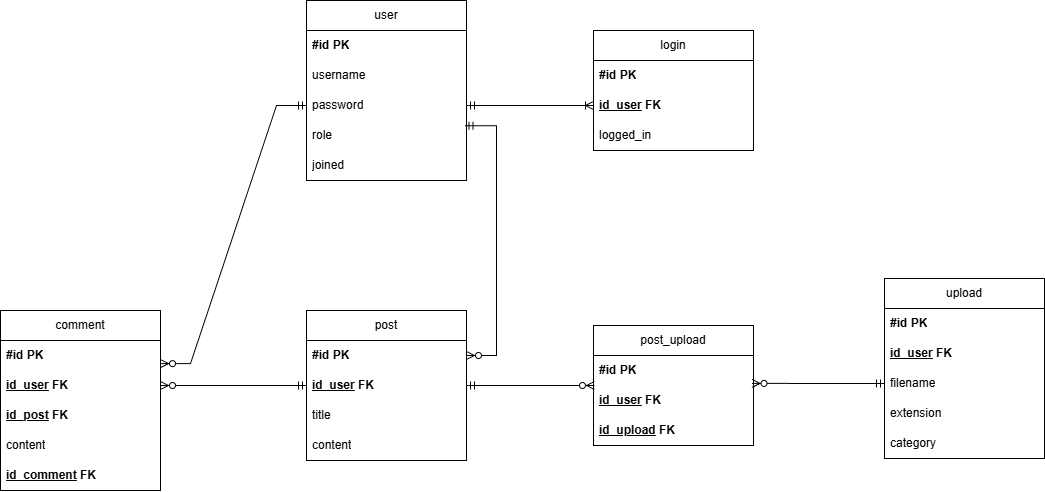
Earlier version of the draw.io export app/backend/db/ER_Diagram.png (BasilGolightly/RPO-App-TopSkupina). Source tidied: cells renumbered, new cells last; positions are measured from the earlier drawing's top-left corner, leaving out a move shared by most shapes. Source of this version:
```xml
<mxGraphModel>
  <root>
    <mxCell id="0" />
    <mxCell id="1" parent="0" />
    <mxCell id="2" value="user" style="swimlane;fontStyle=0;horizontal=1;startSize=30;whiteSpace=wrap;html=1;" parent="1" vertex="1">
      <mxGeometry x="306" width="160" height="180" as="geometry" />
    </mxCell>
    <mxCell id="3" value="&lt;b&gt;#id PK&lt;/b&gt;" style="text;strokeColor=none;fillColor=none;align=left;verticalAlign=middle;spacingLeft=4;spacingRight=4;overflow=hidden;whiteSpace=wrap;html=1;" parent="2" vertex="1">
      <mxGeometry y="30" width="160" height="30" as="geometry" />
    </mxCell>
    <mxCell id="4" value="username&amp;nbsp;" style="text;strokeColor=none;fillColor=none;align=left;verticalAlign=middle;spacingLeft=4;spacingRight=4;overflow=hidden;points=[[0,0.5],[1,0.5]];portConstraint=eastwest;whiteSpace=wrap;html=1;" parent="2" vertex="1">
      <mxGeometry y="60" width="160" height="30" as="geometry" />
    </mxCell>
    <mxCell id="5" value="&lt;div&gt;password&lt;/div&gt;" style="text;strokeColor=none;fillColor=none;align=left;verticalAlign=middle;spacingLeft=4;spacingRight=4;overflow=hidden;points=[[0,0.5],[1,0.5]];portConstraint=eastwest;whiteSpace=wrap;html=1;" parent="2" vertex="1">
      <mxGeometry y="90" width="160" height="30" as="geometry" />
    </mxCell>
    <mxCell id="6" value="role" style="text;strokeColor=none;fillColor=none;align=left;verticalAlign=middle;spacingLeft=4;spacingRight=4;overflow=hidden;points=[[0,0.5],[1,0.5]];portConstraint=eastwest;whiteSpace=wrap;html=1;" parent="2" vertex="1">
      <mxGeometry y="120" width="160" height="30" as="geometry" />
    </mxCell>
    <mxCell id="7" value="joined" style="text;strokeColor=none;fillColor=none;align=left;verticalAlign=middle;spacingLeft=4;spacingRight=4;overflow=hidden;whiteSpace=wrap;html=1;" parent="2" vertex="1">
      <mxGeometry y="150" width="160" height="30" as="geometry" />
    </mxCell>
    <mxCell id="8" value="login" style="swimlane;fontStyle=0;horizontal=1;startSize=30;whiteSpace=wrap;html=1;" parent="1" vertex="1">
      <mxGeometry x="593" y="30" width="160" height="120" as="geometry" />
    </mxCell>
    <mxCell id="9" value="&lt;b&gt;#id PK&lt;/b&gt;" style="text;strokeColor=none;fillColor=none;align=left;verticalAlign=middle;spacingLeft=4;spacingRight=4;overflow=hidden;whiteSpace=wrap;html=1;" parent="8" vertex="1">
      <mxGeometry y="30" width="160" height="30" as="geometry" />
    </mxCell>
    <mxCell id="10" value="&lt;b style=&quot;&quot;&gt;&lt;u&gt;id_user&lt;/u&gt;&amp;nbsp;FK&lt;/b&gt;" style="text;strokeColor=none;fillColor=none;align=left;verticalAlign=middle;spacingLeft=4;spacingRight=4;overflow=hidden;points=[[0,0.5],[1,0.5]];portConstraint=eastwest;whiteSpace=wrap;html=1;" parent="8" vertex="1">
      <mxGeometry y="60" width="160" height="30" as="geometry" />
    </mxCell>
    <mxCell id="11" value="&lt;div&gt;logged_in&lt;/div&gt;" style="text;strokeColor=none;fillColor=none;align=left;verticalAlign=middle;spacingLeft=4;spacingRight=4;overflow=hidden;whiteSpace=wrap;html=1;" parent="8" vertex="1">
      <mxGeometry y="90" width="160" height="30" as="geometry" />
    </mxCell>
    <mxCell id="12" style="edgeStyle=entityRelationEdgeStyle;fontSize=12;html=1;endArrow=ERoneToMany;startArrow=ERmandOne;rounded=0;exitX=1;exitY=0.5;exitDx=0;exitDy=0;entryX=0;entryY=0.5;entryDx=0;entryDy=0;" parent="1" edge="1" source="5" target="10">
      <mxGeometry relative="1" as="geometry">
        <Array as="points">
          <mxPoint x="677" y="440" />
        </Array>
      </mxGeometry>
    </mxCell>
    <mxCell id="13" value="upload" style="swimlane;fontStyle=0;horizontal=1;startSize=30;whiteSpace=wrap;html=1;" parent="1" vertex="1">
      <mxGeometry x="884" y="278" width="160" height="180" as="geometry" />
    </mxCell>
    <mxCell id="14" value="&lt;b&gt;#id PK&lt;/b&gt;" style="text;strokeColor=none;fillColor=none;align=left;verticalAlign=middle;spacingLeft=4;spacingRight=4;overflow=hidden;whiteSpace=wrap;html=1;" parent="13" vertex="1">
      <mxGeometry y="30" width="160" height="30" as="geometry" />
    </mxCell>
    <mxCell id="15" value="&lt;b&gt;&lt;u&gt;id_user&lt;/u&gt; FK&lt;/b&gt;" style="text;strokeColor=none;fillColor=none;align=left;verticalAlign=middle;spacingLeft=4;spacingRight=4;overflow=hidden;points=[[0,0.5],[1,0.5]];portConstraint=eastwest;whiteSpace=wrap;html=1;" parent="13" vertex="1">
      <mxGeometry y="60" width="160" height="30" as="geometry" />
    </mxCell>
    <mxCell id="16" value="&lt;div&gt;filename&lt;/div&gt;" style="text;strokeColor=none;fillColor=none;align=left;verticalAlign=middle;spacingLeft=4;spacingRight=4;overflow=hidden;points=[[0,0.5],[1,0.5]];portConstraint=eastwest;whiteSpace=wrap;html=1;" parent="13" vertex="1">
      <mxGeometry y="90" width="160" height="30" as="geometry" />
    </mxCell>
    <mxCell id="17" value="extension" style="text;strokeColor=none;fillColor=none;align=left;verticalAlign=middle;spacingLeft=4;spacingRight=4;overflow=hidden;whiteSpace=wrap;html=1;" parent="13" vertex="1">
      <mxGeometry y="120" width="160" height="30" as="geometry" />
    </mxCell>
    <mxCell id="18" value="category" style="text;strokeColor=none;fillColor=none;align=left;verticalAlign=middle;spacingLeft=4;spacingRight=4;overflow=hidden;whiteSpace=wrap;html=1;" parent="13" vertex="1">
      <mxGeometry y="150" width="160" height="30" as="geometry" />
    </mxCell>
    <mxCell id="19" value="post" style="swimlane;fontStyle=0;horizontal=1;startSize=30;whiteSpace=wrap;html=1;" parent="1" vertex="1">
      <mxGeometry x="306" y="310" width="160" height="150" as="geometry" />
    </mxCell>
    <mxCell id="20" value="&lt;b&gt;#id PK&lt;/b&gt;" style="text;strokeColor=none;fillColor=none;align=left;verticalAlign=middle;spacingLeft=4;spacingRight=4;overflow=hidden;points=[[0,0.5],[1,0.5]];portConstraint=eastwest;whiteSpace=wrap;html=1;" parent="19" vertex="1">
      <mxGeometry y="30" width="160" height="30" as="geometry" />
    </mxCell>
    <mxCell id="21" value="&lt;b&gt;&lt;u&gt;id_user&lt;/u&gt; FK&lt;/b&gt;" style="text;strokeColor=none;fillColor=none;align=left;verticalAlign=middle;spacingLeft=4;spacingRight=4;overflow=hidden;points=[[0,0.5],[1,0.5]];portConstraint=eastwest;whiteSpace=wrap;html=1;" parent="19" vertex="1">
      <mxGeometry y="60" width="160" height="30" as="geometry" />
    </mxCell>
    <mxCell id="22" value="&lt;div&gt;title&lt;/div&gt;" style="text;strokeColor=none;fillColor=none;align=left;verticalAlign=middle;spacingLeft=4;spacingRight=4;overflow=hidden;whiteSpace=wrap;html=1;" parent="19" vertex="1">
      <mxGeometry y="90" width="160" height="30" as="geometry" />
    </mxCell>
    <mxCell id="23" value="content" style="text;strokeColor=none;fillColor=none;align=left;verticalAlign=middle;spacingLeft=4;spacingRight=4;overflow=hidden;whiteSpace=wrap;html=1;" parent="19" vertex="1">
      <mxGeometry y="120" width="160" height="30" as="geometry" />
    </mxCell>
    <mxCell id="24" style="edgeStyle=entityRelationEdgeStyle;fontSize=12;html=1;endArrow=ERzeroToMany;startArrow=ERmandOne;rounded=0;exitX=0.991;exitY=0.176;exitDx=0;exitDy=0;exitPerimeter=0;" parent="1" edge="1" source="6" target="20">
      <mxGeometry relative="1" as="geometry" />
    </mxCell>
    <mxCell id="25" value="post_upload" style="swimlane;fontStyle=0;horizontal=1;startSize=30;whiteSpace=wrap;html=1;" parent="1" vertex="1">
      <mxGeometry x="593" y="325" width="160" height="120" as="geometry" />
    </mxCell>
    <mxCell id="26" value="&lt;b&gt;#id PK&lt;/b&gt;" style="text;strokeColor=none;fillColor=none;align=left;verticalAlign=middle;spacingLeft=4;spacingRight=4;overflow=hidden;whiteSpace=wrap;html=1;" parent="25" vertex="1">
      <mxGeometry y="30" width="160" height="30" as="geometry" />
    </mxCell>
    <mxCell id="27" value="&lt;b&gt;&lt;u&gt;id_user&lt;/u&gt; FK&lt;/b&gt;" style="text;strokeColor=none;fillColor=none;align=left;verticalAlign=middle;spacingLeft=4;spacingRight=4;overflow=hidden;points=[[0,0.5],[1,0.5]];portConstraint=eastwest;whiteSpace=wrap;html=1;" parent="25" vertex="1">
      <mxGeometry y="60" width="160" height="30" as="geometry" />
    </mxCell>
    <mxCell id="28" value="&lt;div&gt;&lt;b&gt;&lt;u&gt;id_upload&lt;/u&gt; FK&lt;/b&gt;&lt;/div&gt;" style="text;strokeColor=none;fillColor=none;align=left;verticalAlign=middle;spacingLeft=4;spacingRight=4;overflow=hidden;whiteSpace=wrap;html=1;" parent="25" vertex="1">
      <mxGeometry y="90" width="160" height="30" as="geometry" />
    </mxCell>
    <mxCell id="29" style="edgeStyle=entityRelationEdgeStyle;fontSize=12;html=1;endArrow=ERzeroToMany;startArrow=ERmandOne;rounded=0;exitX=1;exitY=0.5;exitDx=0;exitDy=0;entryX=0.006;entryY=0;entryDx=0;entryDy=0;entryPerimeter=0;" parent="1" edge="1" source="21" target="27">
      <mxGeometry relative="1" as="geometry" />
    </mxCell>
    <mxCell id="30" style="edgeStyle=entityRelationEdgeStyle;fontSize=12;html=1;endArrow=ERzeroToMany;startArrow=ERmandOne;rounded=0;exitX=0;exitY=0.5;exitDx=0;exitDy=0;entryX=0.991;entryY=-0.069;entryDx=0;entryDy=0;entryPerimeter=0;" parent="1" edge="1" source="16" target="27">
      <mxGeometry relative="1" as="geometry" />
    </mxCell>
    <mxCell id="31" value="comment" style="swimlane;fontStyle=0;horizontal=1;startSize=30;whiteSpace=wrap;html=1;" parent="1" vertex="1">
      <mxGeometry y="310" width="160" height="180" as="geometry" />
    </mxCell>
    <mxCell id="32" value="&lt;b&gt;#id PK&lt;/b&gt;" style="text;strokeColor=none;fillColor=none;align=left;verticalAlign=middle;spacingLeft=4;spacingRight=4;overflow=hidden;points=[[0,0.5],[1,0.5]];portConstraint=eastwest;whiteSpace=wrap;html=1;" parent="31" vertex="1">
      <mxGeometry y="30" width="160" height="30" as="geometry" />
    </mxCell>
    <mxCell id="33" value="&lt;b&gt;&lt;u&gt;id_user&lt;/u&gt; FK&lt;/b&gt;" style="text;strokeColor=none;fillColor=none;align=left;verticalAlign=middle;spacingLeft=4;spacingRight=4;overflow=hidden;points=[[0,0.5],[1,0.5]];portConstraint=eastwest;whiteSpace=wrap;html=1;" parent="31" vertex="1">
      <mxGeometry y="60" width="160" height="30" as="geometry" />
    </mxCell>
    <mxCell id="34" value="&lt;b&gt;&lt;u&gt;id_post&lt;/u&gt;&amp;nbsp;FK&lt;/b&gt;" style="text;strokeColor=none;fillColor=none;align=left;verticalAlign=middle;spacingLeft=4;spacingRight=4;overflow=hidden;whiteSpace=wrap;html=1;" parent="31" vertex="1">
      <mxGeometry y="90" width="160" height="30" as="geometry" />
    </mxCell>
    <mxCell id="35" value="&lt;div&gt;content&lt;/div&gt;" style="text;strokeColor=none;fillColor=none;align=left;verticalAlign=middle;spacingLeft=4;spacingRight=4;overflow=hidden;whiteSpace=wrap;html=1;" parent="31" vertex="1">
      <mxGeometry y="120" width="160" height="30" as="geometry" />
    </mxCell>
    <mxCell id="36" value="&lt;b&gt;&lt;u&gt;id_comment&lt;/u&gt; FK&lt;/b&gt;" style="text;strokeColor=none;fillColor=none;align=left;verticalAlign=middle;spacingLeft=4;spacingRight=4;overflow=hidden;whiteSpace=wrap;html=1;" parent="31" vertex="1">
      <mxGeometry y="150" width="160" height="30" as="geometry" />
    </mxCell>
    <mxCell id="37" style="edgeStyle=entityRelationEdgeStyle;fontSize=12;html=1;endArrow=ERzeroToMany;startArrow=ERmandOne;rounded=0;exitX=0;exitY=0.5;exitDx=0;exitDy=0;entryX=1;entryY=0.5;entryDx=0;entryDy=0;" parent="1" edge="1" source="21" target="33">
      <mxGeometry relative="1" as="geometry" />
    </mxCell>
    <mxCell id="38" style="edgeStyle=entityRelationEdgeStyle;fontSize=12;html=1;endArrow=ERzeroToMany;startArrow=ERmandOne;rounded=0;exitX=0;exitY=0.5;exitDx=0;exitDy=0;entryX=1;entryY=0.771;entryDx=0;entryDy=0;entryPerimeter=0;" parent="1" edge="1" source="5" target="32">
      <mxGeometry relative="1" as="geometry" />
    </mxCell>
  </root>
</mxGraphModel>
```
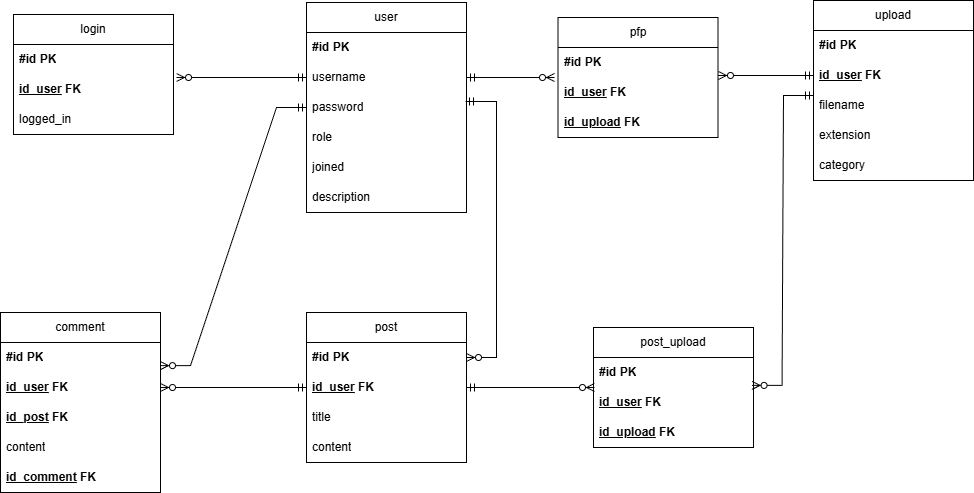
After the change.

Commit message:
SQL: nova pfp relacija, description v users tabeli

What changed in the source:
```diff
@@ -3,7 +3,7 @@
     <mxCell id="0" />
     <mxCell id="1" parent="0" />
     <mxCell id="2" value="user" style="swimlane;fontStyle=0;horizontal=1;startSize=30;whiteSpace=wrap;html=1;" parent="1" vertex="1">
-      <mxGeometry x="306" width="160" height="180" as="geometry" />
+      <mxGeometry x="306" width="160" height="210" as="geometry" />
     </mxCell>
     <mxCell id="3" value="&lt;b&gt;#id PK&lt;/b&gt;" style="text;strokeColor=none;fillColor=none;align=left;verticalAlign=middle;spacingLeft=4;spacingRight=4;overflow=hidden;whiteSpace=wrap;html=1;" parent="2" vertex="1">
       <mxGeometry y="30" width="160" height="30" as="geometry" />
@@ -20,8 +20,11 @@
     <mxCell id="7" value="joined" style="text;strokeColor=none;fillColor=none;align=left;verticalAlign=middle;spacingLeft=4;spacingRight=4;overflow=hidden;whiteSpace=wrap;html=1;" parent="2" vertex="1">
       <mxGeometry y="150" width="160" height="30" as="geometry" />
     </mxCell>
+    <mxCell id="39" value="description" style="text;strokeColor=none;fillColor=none;align=left;verticalAlign=middle;spacingLeft=4;spacingRight=4;overflow=hidden;whiteSpace=wrap;html=1;" parent="2" vertex="1">
+      <mxGeometry y="180" width="160" height="30" as="geometry" />
+    </mxCell>
     <mxCell id="8" value="login" style="swimlane;fontStyle=0;horizontal=1;startSize=30;whiteSpace=wrap;html=1;" parent="1" vertex="1">
-      <mxGeometry x="593" y="30" width="160" height="120" as="geometry" />
+      <mxGeometry x="13" y="12" width="160" height="120" as="geometry" />
     </mxCell>
     <mxCell id="9" value="&lt;b&gt;#id PK&lt;/b&gt;" style="text;strokeColor=none;fillColor=none;align=left;verticalAlign=middle;spacingLeft=4;spacingRight=4;overflow=hidden;whiteSpace=wrap;html=1;" parent="8" vertex="1">
       <mxGeometry y="30" width="160" height="30" as="geometry" />
@@ -32,15 +35,8 @@
     <mxCell id="11" value="&lt;div&gt;logged_in&lt;/div&gt;" style="text;strokeColor=none;fillColor=none;align=left;verticalAlign=middle;spacingLeft=4;spacingRight=4;overflow=hidden;whiteSpace=wrap;html=1;" parent="8" vertex="1">
       <mxGeometry y="90" width="160" height="30" as="geometry" />
     </mxCell>
-    <mxCell id="12" style="edgeStyle=entityRelationEdgeStyle;fontSize=12;html=1;endArrow=ERoneToMany;startArrow=ERmandOne;rounded=0;exitX=1;exitY=0.5;exitDx=0;exitDy=0;entryX=0;entryY=0.5;entryDx=0;entryDy=0;" parent="1" edge="1" source="5" target="10">
-      <mxGeometry relative="1" as="geometry">
-        <Array as="points">
-          <mxPoint x="677" y="440" />
-        </Array>
-      </mxGeometry>
-    </mxCell>
     <mxCell id="13" value="upload" style="swimlane;fontStyle=0;horizontal=1;startSize=30;whiteSpace=wrap;html=1;" parent="1" vertex="1">
-      <mxGeometry x="884" y="278" width="160" height="180" as="geometry" />
+      <mxGeometry x="813" y="-2" width="160" height="180" as="geometry" />
     </mxCell>
     <mxCell id="14" value="&lt;b&gt;#id PK&lt;/b&gt;" style="text;strokeColor=none;fillColor=none;align=left;verticalAlign=middle;spacingLeft=4;spacingRight=4;overflow=hidden;whiteSpace=wrap;html=1;" parent="13" vertex="1">
       <mxGeometry y="30" width="160" height="30" as="geometry" />
@@ -72,7 +68,7 @@
     <mxCell id="23" value="content" style="text;strokeColor=none;fillColor=none;align=left;verticalAlign=middle;spacingLeft=4;spacingRight=4;overflow=hidden;whiteSpace=wrap;html=1;" parent="19" vertex="1">
       <mxGeometry y="120" width="160" height="30" as="geometry" />
     </mxCell>
-    <mxCell id="24" style="edgeStyle=entityRelationEdgeStyle;fontSize=12;html=1;endArrow=ERzeroToMany;startArrow=ERmandOne;rounded=0;exitX=0.991;exitY=0.176;exitDx=0;exitDy=0;exitPerimeter=0;" parent="1" edge="1" source="6" target="20">
+    <mxCell id="24" style="edgeStyle=entityRelationEdgeStyle;fontSize=12;html=1;endArrow=ERzeroToMany;startArrow=ERmandOne;rounded=0;exitX=0.994;exitY=0.3;exitDx=0;exitDy=0;exitPerimeter=0;" parent="1" edge="1" source="5" target="20">
       <mxGeometry relative="1" as="geometry" />
     </mxCell>
     <mxCell id="25" value="post_upload" style="swimlane;fontStyle=0;horizontal=1;startSize=30;whiteSpace=wrap;html=1;" parent="1" vertex="1">
@@ -90,7 +86,7 @@
     <mxCell id="29" style="edgeStyle=entityRelationEdgeStyle;fontSize=12;html=1;endArrow=ERzeroToMany;startArrow=ERmandOne;rounded=0;exitX=1;exitY=0.5;exitDx=0;exitDy=0;entryX=0.006;entryY=0;entryDx=0;entryDy=0;entryPerimeter=0;" parent="1" edge="1" source="21" target="27">
       <mxGeometry relative="1" as="geometry" />
     </mxCell>
-    <mxCell id="30" style="edgeStyle=entityRelationEdgeStyle;fontSize=12;html=1;endArrow=ERzeroToMany;startArrow=ERmandOne;rounded=0;exitX=0;exitY=0.5;exitDx=0;exitDy=0;entryX=0.991;entryY=-0.069;entryDx=0;entryDy=0;entryPerimeter=0;" parent="1" edge="1" source="16" target="27">
+    <mxCell id="30" style="edgeStyle=entityRelationEdgeStyle;fontSize=12;html=1;endArrow=ERzeroToMany;startArrow=ERmandOne;rounded=0;exitX=0;exitY=0.167;exitDx=0;exitDy=0;entryX=0.991;entryY=-0.069;entryDx=0;entryDy=0;entryPerimeter=0;exitPerimeter=0;" parent="1" edge="1" source="16" target="27">
       <mxGeometry relative="1" as="geometry" />
     </mxCell>
     <mxCell id="31" value="comment" style="swimlane;fontStyle=0;horizontal=1;startSize=30;whiteSpace=wrap;html=1;" parent="1" vertex="1">
@@ -117,5 +113,26 @@
     <mxCell id="38" style="edgeStyle=entityRelationEdgeStyle;fontSize=12;html=1;endArrow=ERzeroToMany;startArrow=ERmandOne;rounded=0;exitX=0;exitY=0.5;exitDx=0;exitDy=0;entryX=1;entryY=0.771;entryDx=0;entryDy=0;entryPerimeter=0;" parent="1" edge="1" source="5" target="32">
       <mxGeometry relative="1" as="geometry" />
     </mxCell>
+    <mxCell id="40" style="edgeStyle=entityRelationEdgeStyle;fontSize=12;html=1;endArrow=ERzeroToMany;startArrow=ERmandOne;rounded=0;exitX=0;exitY=0.5;exitDx=0;exitDy=0;entryX=1.019;entryY=0.1;entryDx=0;entryDy=0;entryPerimeter=0;" parent="1" edge="1" source="4" target="10">
+      <mxGeometry relative="1" as="geometry" />
+    </mxCell>
+    <mxCell id="41" value="pfp" style="swimlane;fontStyle=0;horizontal=1;startSize=30;whiteSpace=wrap;html=1;" parent="1" vertex="1">
+      <mxGeometry x="557.5" y="15" width="160" height="120" as="geometry" />
+    </mxCell>
+    <mxCell id="42" value="&lt;b&gt;#id PK&lt;/b&gt;" style="text;strokeColor=none;fillColor=none;align=left;verticalAlign=middle;spacingLeft=4;spacingRight=4;overflow=hidden;whiteSpace=wrap;html=1;" parent="41" vertex="1">
+      <mxGeometry y="30" width="160" height="30" as="geometry" />
+    </mxCell>
+    <mxCell id="43" value="&lt;b style=&quot;&quot;&gt;&lt;u&gt;id_user&lt;/u&gt;&amp;nbsp;FK&lt;/b&gt;" style="text;strokeColor=none;fillColor=none;align=left;verticalAlign=middle;spacingLeft=4;spacingRight=4;overflow=hidden;points=[[0,0.5],[1,0.5]];portConstraint=eastwest;whiteSpace=wrap;html=1;" parent="41" vertex="1">
+      <mxGeometry y="60" width="160" height="30" as="geometry" />
+    </mxCell>
+    <mxCell id="44" value="&lt;b&gt;&lt;u&gt;id_upload&lt;/u&gt; FK&lt;/b&gt;" style="text;strokeColor=none;fillColor=none;align=left;verticalAlign=middle;spacingLeft=4;spacingRight=4;overflow=hidden;whiteSpace=wrap;html=1;" parent="41" vertex="1">
+      <mxGeometry y="90" width="160" height="30" as="geometry" />
+    </mxCell>
+    <mxCell id="45" style="edgeStyle=entityRelationEdgeStyle;fontSize=12;html=1;endArrow=ERzeroToMany;startArrow=ERmandOne;rounded=0;exitX=1;exitY=0.5;exitDx=0;exitDy=0;entryX=-0.022;entryY=0;entryDx=0;entryDy=0;entryPerimeter=0;" parent="1" edge="1" source="4" target="43">
+      <mxGeometry relative="1" as="geometry" />
+    </mxCell>
+    <mxCell id="46" style="edgeStyle=entityRelationEdgeStyle;fontSize=12;html=1;endArrow=ERzeroToMany;startArrow=ERmandOne;rounded=0;exitX=0;exitY=0.5;exitDx=0;exitDy=0;entryX=1.003;entryY=-0.067;entryDx=0;entryDy=0;entryPerimeter=0;" parent="1" edge="1" source="15" target="43">
+      <mxGeometry relative="1" as="geometry" />
+    </mxCell>
   </root>
 </mxGraphModel>
```
